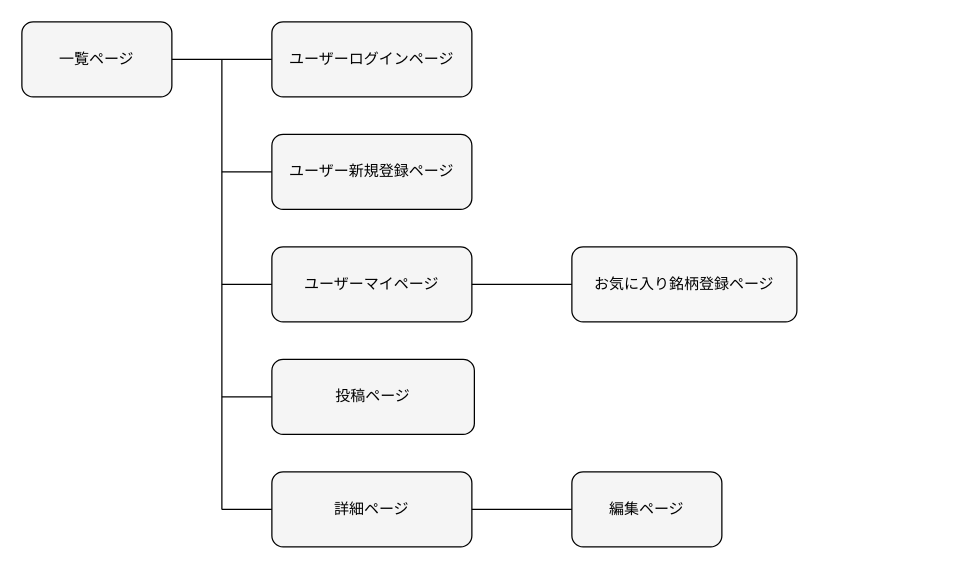
Above: ib2.dio in yuri-lily/investment_beginner2 (draw.io), before the change. Source tidied: cells renumbered, new cells numbered last; positions are measured from the earlier drawing's top-left corner, leaving out a move shared by most shapes. Both pictures are drawn from the tidied source at 125%, with x=0, y=0 at pixel (21, 21).
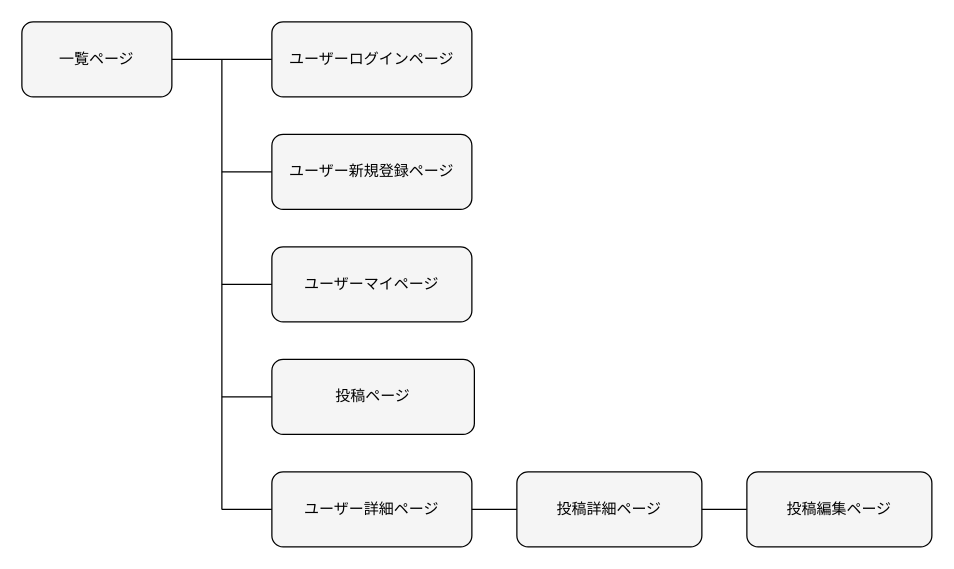
After the change.

Diff of the diagram source:
```diff
@@
-    <mxCell id="8" value="&lt;font color=&quot;#000000&quot;&gt;詳細ページ&lt;/font&gt;" style="rounded=1;whiteSpace=wrap;html=1;strokeColor=#000000;fillColor=#F5F5F5;" parent="1" vertex="1">
+    <mxCell id="8" value="&lt;font color=&quot;#000000&quot;&gt;ユーザー詳細ページ&lt;/font&gt;" style="rounded=1;whiteSpace=wrap;html=1;strokeColor=#000000;fillColor=#F5F5F5;" parent="1" vertex="1">
       <mxGeometry x="200" y="360" width="160" height="60" as="geometry" />
     </mxCell>
-    <mxCell id="9" value="&lt;font color=&quot;#000000&quot;&gt;編集ページ&lt;/font&gt;" style="rounded=1;whiteSpace=wrap;html=1;strokeColor=#000000;fillColor=#F5F5F5;" parent="1" vertex="1">
-      <mxGeometry x="440" y="360" width="120" height="60" as="geometry" />
+    <mxCell id="9" value="&lt;font color=&quot;#000000&quot;&gt;投稿詳細ページ&lt;/font&gt;" style="rounded=1;whiteSpace=wrap;html=1;strokeColor=#000000;fillColor=#F5F5F5;" parent="1" vertex="1">
+      <mxGeometry x="396" y="360" width="148" height="60" as="geometry" />
     </mxCell>
@@
     <mxCell id="17" style="line;strokeWidth=1;html=1;perimeter=backbonePerimeter;points=[];outlineConnect=0;strokeColor=#000000;" parent="1" vertex="1">
-      <mxGeometry x="360" y="385" width="80" height="10" as="geometry" />
+      <mxGeometry x="360" y="385" width="36" height="10" as="geometry" />
     </mxCell>
-    <mxCell id="18" value="&lt;font color=&quot;#000000&quot;&gt;お気に入り銘柄登録ページ&lt;/font&gt;" style="rounded=1;whiteSpace=wrap;html=1;strokeColor=#000000;fillColor=#F7F7F7;" parent="1" vertex="1">
-      <mxGeometry x="440" y="180" width="180" height="60" as="geometry" />
-    </mxCell>
-    <mxCell id="19" style="edgeStyle=none;html=1;fontColor=#000000;" parent="1" edge="1" source="20" target="18">
-      <mxGeometry relative="1" as="geometry" />
+    <mxCell id="19" style="edgeStyle=none;html=1;fontColor=#000000;" parent="1" edge="1">
+      <mxGeometry relative="1" as="geometry">
+        <mxPoint x="440" y="209.5" as="sourcePoint" />
+        <mxPoint x="440" y="210" as="targetPoint" />
+      </mxGeometry>
     </mxCell>
-    <mxCell id="20" style="line;strokeWidth=1;html=1;perimeter=backbonePerimeter;points=[];outlineConnect=0;strokeColor=#000000;" parent="1" vertex="1">
-      <mxGeometry x="360" y="205" width="80" height="10" as="geometry" />
-    </mxCell>
+    <mxCell id="21" style="line;strokeWidth=1;html=1;perimeter=backbonePerimeter;strokeColor=#000000;" parent="1" vertex="1">
+      <mxGeometry x="544" y="385" width="36" height="10" as="geometry" />
+    </mxCell>
+    <mxCell id="22" value="&lt;font color=&quot;#000000&quot;&gt;投稿編集ページ&lt;/font&gt;" style="rounded=1;whiteSpace=wrap;html=1;strokeColor=#000000;fillColor=#F5F5F5;" parent="1" vertex="1">
+      <mxGeometry x="580" y="360" width="148" height="60" as="geometry" />
+    </mxCell>
```
